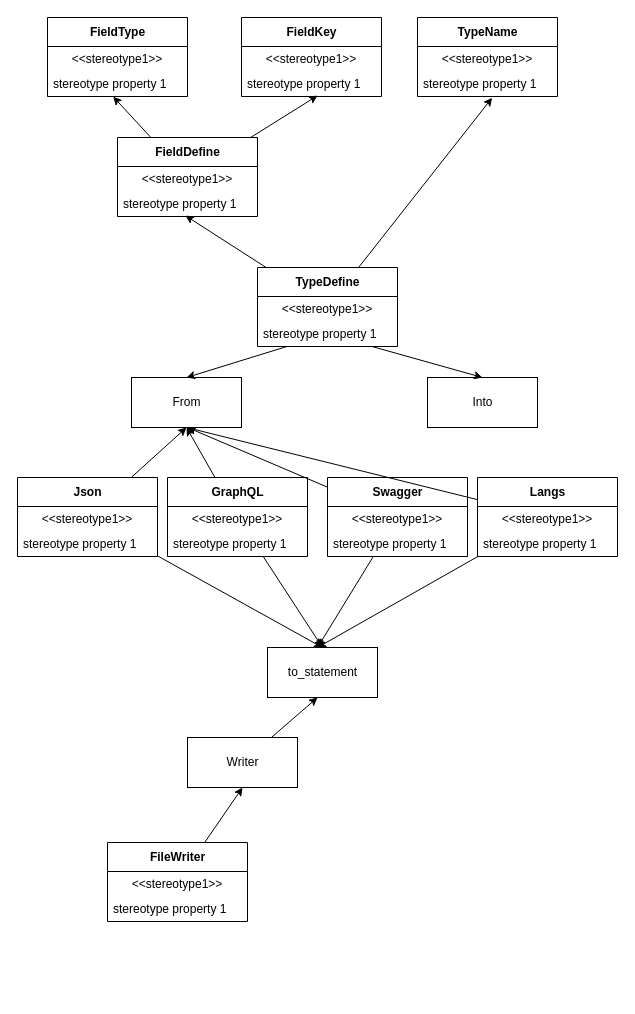
Above: docs/aidel.dio in u-kai/type-gen (draw.io), before the change. Source tidied: cells renumbered, new cells numbered last; positions are measured from the earlier drawing's top-left corner, leaving out a move shared by most shapes. Both pictures are drawn from the tidied source at 100%, with x=0, y=0 at pixel (17, 17).
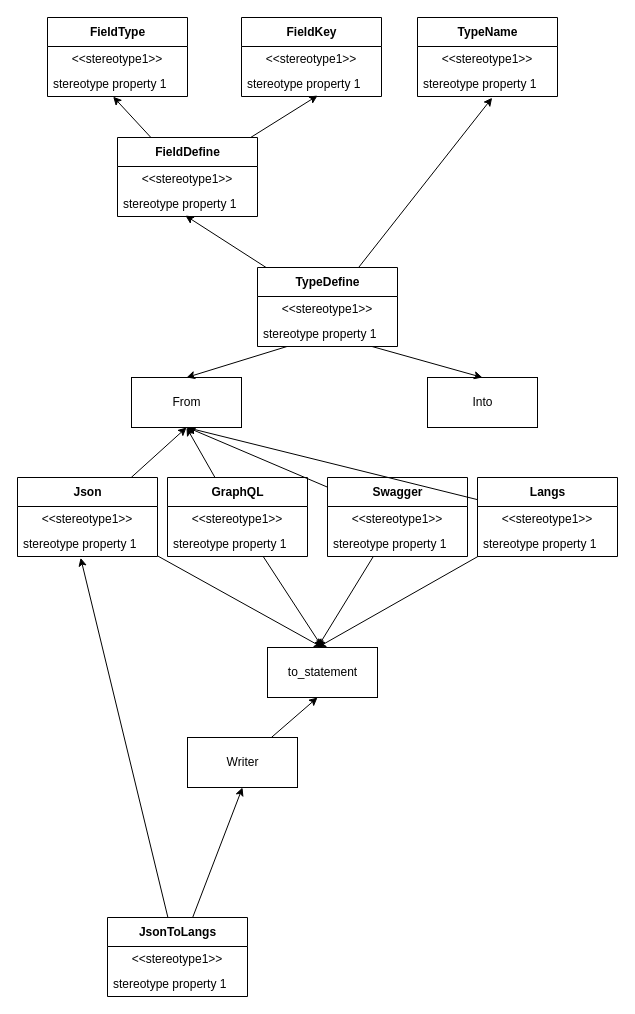
After the change.

Unchanged cells that the change refers to:
```xml
<mxCell id="11" value="stereotype property 1" style="text;html=1;strokeColor=none;fillColor=none;align=left;verticalAlign=middle;spacingLeft=4;spacingRight=4;overflow=hidden;points=[[0,0.5],[1,0.5]];portConstraint=eastwest;" parent="9" vertex="1">
  <mxGeometry y="54" width="140" height="25" as="geometry" />
</mxCell>
```

The edit, as a diff of the source:
```diff
@@
+    <mxCell id="52" style="edgeStyle=none;html=1;entryX=0.451;entryY=1.054;entryDx=0;entryDy=0;entryPerimeter=0;startArrow=none;startFill=0;" parent="1" edge="1" source="47" target="11">
+      <mxGeometry relative="1" as="geometry" />
+    </mxCell>
-    <mxCell id="47" value="FileWriter" style="swimlane;fontStyle=1;align=center;verticalAlign=middle;horizontal=1;startSize=29;html=1;" parent="1" vertex="1">
-      <mxGeometry x="90" y="825" width="140" height="79" as="geometry" />
+    <mxCell id="47" value="JsonToLangs" style="swimlane;fontStyle=1;align=center;verticalAlign=middle;horizontal=1;startSize=29;html=1;" parent="1" vertex="1">
+      <mxGeometry x="90" y="900" width="140" height="79" as="geometry" />
     </mxCell>
```
